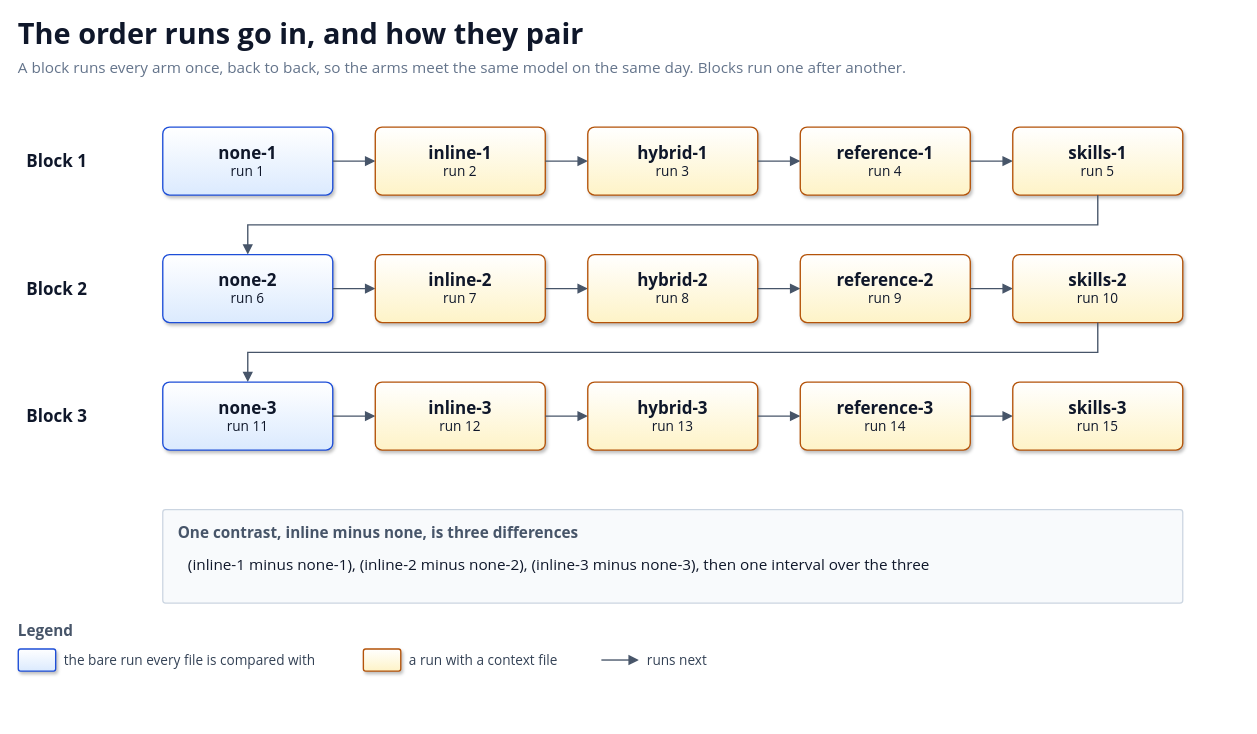
solid-ai-dev/solid-ai-benchmark keeps this draw.io diagram as docs/diagrams/run-order.drawio. Above is the earlier version. Source tidied: cells renumbered, new cells numbered last; positions are measured from the earlier drawing's top-left corner, leaving out a move shared by most shapes. Both pictures are drawn from the tidied source at 85%, with x=0, y=0 at pixel (18, 14).
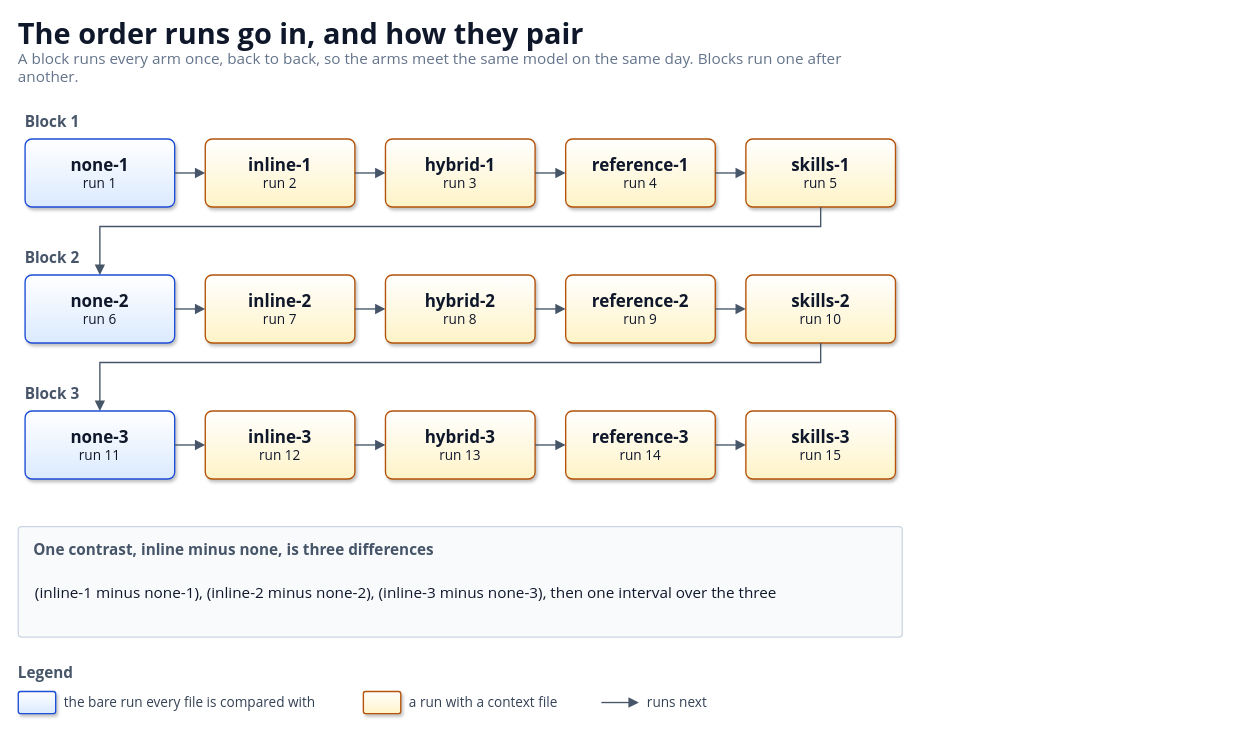
Above is the later version.

Diff of the diagram source:
```diff
@@
     <mxCell id="2" value="The order runs go in, and how they pair" style="text;html=1;whiteSpace=wrap;strokeColor=none;fillColor=none;align=left;verticalAlign=middle;fontFamily=Segoe UI;fontSize=34;fontColor=#0F172A;fontStyle=1;spacing=0;" parent="1" vertex="1">
-      <mxGeometry width="1440" height="44" as="geometry" />
+      <mxGeometry width="1040" height="44" as="geometry" />
     </mxCell>
     <mxCell id="3" value="A block runs every arm once, back to back, so the arms meet the same model on the same day. Blocks run one after another." style="text;html=1;whiteSpace=wrap;strokeColor=none;fillColor=none;align=left;verticalAlign=middle;fontFamily=Segoe UI;fontSize=18;fontColor=#64748B;fontStyle=0;spacing=0;" parent="1" vertex="1">
-      <mxGeometry y="48" width="1440" height="28" as="geometry" />
+      <mxGeometry y="48" width="1040" height="28" as="geometry" />
     </mxCell>
-    <mxCell id="4" value="Block 1" style="text;html=1;whiteSpace=wrap;strokeColor=none;fillColor=none;align=left;verticalAlign=middle;fontFamily=Segoe UI;fontSize=20;fontColor=#0F172A;fontStyle=1;spacing=0;" parent="1" vertex="1">
-      <mxGeometry x="10" y="152" width="140" height="40" as="geometry" />
+    <mxCell id="4" value="Block 1" style="text;html=1;whiteSpace=wrap;strokeColor=none;fillColor=none;align=left;verticalAlign=middle;fontFamily=Segoe UI;fontSize=18;fontColor=#475569;fontStyle=1;spacing=0;" parent="1" vertex="1">
+      <mxGeometry x="8" y="112" width="300" height="26" as="geometry" />
     </mxCell>
     <mxCell id="5" value="&lt;b style='font-size:20px'&gt;none-1&lt;/b&gt;&lt;br&gt;&lt;span style='font-size:16px'&gt;run 1&lt;/span&gt;" style="rounded=1;arcSize=10;whiteSpace=wrap;html=1;fillColor=#DBEAFE;gradientColor=#FFFFFF;gradientDirection=north;strokeColor=#1D4ED8;strokeWidth=1.6;shadow=1;align=center;verticalAlign=middle;fontFamily=Segoe UI;fontColor=#0F172A;spacing=8;" parent="1" vertex="1">
-      <mxGeometry x="170" y="132" width="200" height="80" as="geometry" />
+      <mxGeometry x="8" y="146" width="176" height="80" as="geometry" />
     </mxCell>
     <mxCell id="6" style="endArrow=block;endFill=1;endSize=8;html=1;strokeColor=#475569;strokeWidth=1.6;rounded=0;jumpStyle=none;" parent="1" edge="1">
       <mxGeometry relative="1" as="geometry">
-        <mxPoint x="370" y="172" as="sourcePoint" />
-        <mxPoint x="420" y="172" as="targetPoint" />
+        <mxPoint x="184" y="186" as="sourcePoint" />
+        <mxPoint x="220" y="186" as="targetPoint" />
       </mxGeometry>
     </mxCell>
     <mxCell id="7" value="&lt;b style='font-size:20px'&gt;inline-1&lt;/b&gt;&lt;br&gt;&lt;span style='font-size:16px'&gt;run 2&lt;/span&gt;" style="rounded=1;arcSize=10;whiteSpace=wrap;html=1;fillColor=#FEF3C7;gradientColor=#FFFFFF;gradientDirection=north;strokeColor=#B45309;strokeWidth=1.6;shadow=1;align=center;verticalAlign=middle;fontFamily=Segoe UI;fontColor=#0F172A;spacing=8;" parent="1" vertex="1">
-      <mxGeometry x="420" y="132" width="200" height="80" as="geometry" />
+      <mxGeometry x="220" y="146" width="176" height="80" as="geometry" />
     </mxCell>
     <mxCell id="8" style="endArrow=block;endFill=1;endSize=8;html=1;strokeColor=#475569;strokeWidth=1.6;rounded=0;jumpStyle=none;" parent="1" edge="1">
       <mxGeometry relative="1" as="geometry">
-        <mxPoint x="620" y="172" as="sourcePoint" />
-        <mxPoint x="670" y="172" as="targetPoint" />
+        <mxPoint x="396" y="186" as="sourcePoint" />
+        <mxPoint x="432" y="186" as="targetPoint" />
       </mxGeometry>
     </mxCell>
     <mxCell id="9" value="&lt;b style='font-size:20px'&gt;hybrid-1&lt;/b&gt;&lt;br&gt;&lt;span style='font-size:16px'&gt;run 3&lt;/span&gt;" style="rounded=1;arcSize=10;whiteSpace=wrap;html=1;fillColor=#FEF3C7;gradientColor=#FFFFFF;gradientDirection=north;strokeColor=#B45309;strokeWidth=1.6;shadow=1;align=center;verticalAlign=middle;fontFamily=Segoe UI;fontColor=#0F172A;spacing=8;" parent="1" vertex="1">
-      <mxGeometry x="670" y="132" width="200" height="80" as="geometry" />
+      <mxGeometry x="432" y="146" width="176" height="80" as="geometry" />
     </mxCell>
     <mxCell id="10" style="endArrow=block;endFill=1;endSize=8;html=1;strokeColor=#475569;strokeWidth=1.6;rounded=0;jumpStyle=none;" parent="1" edge="1">
       <mxGeometry relative="1" as="geometry">
-        <mxPoint x="870" y="172" as="sourcePoint" />
-        <mxPoint x="920" y="172" as="targetPoint" />
+        <mxPoint x="608" y="186" as="sourcePoint" />
+        <mxPoint x="644" y="186" as="targetPoint" />
       </mxGeometry>
     </mxCell>
     <mxCell id="11" value="&lt;b style='font-size:20px'&gt;reference-1&lt;/b&gt;&lt;br&gt;&lt;span style='font-size:16px'&gt;run 4&lt;/span&gt;" style="rounded=1;arcSize=10;whiteSpace=wrap;html=1;fillColor=#FEF3C7;gradientColor=#FFFFFF;gradientDirection=north;strokeColor=#B45309;strokeWidth=1.6;shadow=1;align=center;verticalAlign=middle;fontFamily=Segoe UI;fontColor=#0F172A;spacing=8;" parent="1" vertex="1">
-      <mxGeometry x="920" y="132" width="200" height="80" as="geometry" />
+      <mxGeometry x="644" y="146" width="176" height="80" as="geometry" />
     </mxCell>
     <mxCell id="12" style="endArrow=block;endFill=1;endSize=8;html=1;strokeColor=#475569;strokeWidth=1.6;rounded=0;jumpStyle=none;" parent="1" edge="1">
       <mxGeometry relative="1" as="geometry">
-        <mxPoint x="1120" y="172" as="sourcePoint" />
-        <mxPoint x="1170" y="172" as="targetPoint" />
+        <mxPoint x="820" y="186" as="sourcePoint" />
+        <mxPoint x="856" y="186" as="targetPoint" />
       </mxGeometry>
     </mxCell>
     <mxCell id="13" value="&lt;b style='font-size:20px'&gt;skills-1&lt;/b&gt;&lt;br&gt;&lt;span style='font-size:16px'&gt;run 5&lt;/span&gt;" style="rounded=1;arcSize=10;whiteSpace=wrap;html=1;fillColor=#FEF3C7;gradientColor=#FFFFFF;gradientDirection=north;strokeColor=#B45309;strokeWidth=1.6;shadow=1;align=center;verticalAlign=middle;fontFamily=Segoe UI;fontColor=#0F172A;spacing=8;" parent="1" vertex="1">
-      <mxGeometry x="1170" y="132" width="200" height="80" as="geometry" />
+      <mxGeometry x="856" y="146" width="176" height="80" as="geometry" />
     </mxCell>
     <mxCell id="14" style="endArrow=block;endFill=1;endSize=8;html=1;strokeColor=#475569;strokeWidth=1.6;rounded=0;jumpStyle=none;" parent="1" edge="1">
       <mxGeometry relative="1" as="geometry">
-        <mxPoint x="1270" y="212" as="sourcePoint" />
-        <mxPoint x="270" y="282" as="targetPoint" />
+        <mxPoint x="944" y="226" as="sourcePoint" />
+        <mxPoint x="96" y="306" as="targetPoint" />
         <Array as="points">
-          <mxPoint x="1270" y="247" />
-          <mxPoint x="270" y="247" />
+          <mxPoint x="944" y="249" />
+          <mxPoint x="96" y="249" />
         </Array>
       </mxGeometry>
     </mxCell>
-    <mxCell id="15" value="Block 2" style="text;html=1;whiteSpace=wrap;strokeColor=none;fillColor=none;align=left;verticalAlign=middle;fontFamily=Segoe UI;fontSize=20;fontColor=#0F172A;fontStyle=1;spacing=0;" parent="1" vertex="1">
-      <mxGeometry x="10" y="302" width="140" height="40" as="geometry" />
+    <mxCell id="15" value="Block 2" style="text;html=1;whiteSpace=wrap;strokeColor=none;fillColor=none;align=left;verticalAlign=middle;fontFamily=Segoe UI;fontSize=18;fontColor=#475569;fontStyle=1;spacing=0;" parent="1" vertex="1">
+      <mxGeometry x="8" y="272" width="300" height="26" as="geometry" />
     </mxCell>
     <mxCell id="16" value="&lt;b style='font-size:20px'&gt;none-2&lt;/b&gt;&lt;br&gt;&lt;span style='font-size:16px'&gt;run 6&lt;/span&gt;" style="rounded=1;arcSize=10;whiteSpace=wrap;html=1;fillColor=#DBEAFE;gradientColor=#FFFFFF;gradientDirection=north;strokeColor=#1D4ED8;strokeWidth=1.6;shadow=1;align=center;verticalAlign=middle;fontFamily=Segoe UI;fontColor=#0F172A;spacing=8;" parent="1" vertex="1">
-      <mxGeometry x="170" y="282" width="200" height="80" as="geometry" />
+      <mxGeometry x="8" y="306" width="176" height="80" as="geometry" />
     </mxCell>
     <mxCell id="17" style="endArrow=block;endFill=1;endSize=8;html=1;strokeColor=#475569;strokeWidth=1.6;rounded=0;jumpStyle=none;" parent="1" edge="1">
       <mxGeometry relative="1" as="geometry">
-        <mxPoint x="370" y="322" as="sourcePoint" />
-        <mxPoint x="420" y="322" as="targetPoint" />
+        <mxPoint x="184" y="346" as="sourcePoint" />
+        <mxPoint x="220" y="346" as="targetPoint" />
       </mxGeometry>
     </mxCell>
     <mxCell id="18" value="&lt;b style='font-size:20px'&gt;inline-2&lt;/b&gt;&lt;br&gt;&lt;span style='font-size:16px'&gt;run 7&lt;/span&gt;" style="rounded=1;arcSize=10;whiteSpace=wrap;html=1;fillColor=#FEF3C7;gradientColor=#FFFFFF;gradientDirection=north;strokeColor=#B45309;strokeWidth=1.6;shadow=1;align=center;verticalAlign=middle;fontFamily=Segoe UI;fontColor=#0F172A;spacing=8;" parent="1" vertex="1">
-      <mxGeometry x="420" y="282" width="200" height="80" as="geometry" />
+      <mxGeometry x="220" y="306" width="176" height="80" as="geometry" />
     </mxCell>
     <mxCell id="19" style="endArrow=block;endFill=1;endSize=8;html=1;strokeColor=#475569;strokeWidth=1.6;rounded=0;jumpStyle=none;" parent="1" edge="1">
       <mxGeometry relative="1" as="geometry">
-        <mxPoint x="620" y="322" as="sourcePoint" />
-        <mxPoint x="670" y="322" as="targetPoint" />
+        <mxPoint x="396" y="346" as="sourcePoint" />
+        <mxPoint x="432" y="346" as="targetPoint" />
       </mxGeometry>
     </mxCell>
     <mxCell id="20" value="&lt;b style='font-size:20px'&gt;hybrid-2&lt;/b&gt;&lt;br&gt;&lt;span style='font-size:16px'&gt;run 8&lt;/span&gt;" style="rounded=1;arcSize=10;whiteSpace=wrap;html=1;fillColor=#FEF3C7;gradientColor=#FFFFFF;gradientDirection=north;strokeColor=#B45309;strokeWidth=1.6;shadow=1;align=center;verticalAlign=middle;fontFamily=Segoe UI;fontColor=#0F172A;spacing=8;" parent="1" vertex="1">
-      <mxGeometry x="670" y="282" width="200" height="80" as="geometry" />
+      <mxGeometry x="432" y="306" width="176" height="80" as="geometry" />
     </mxCell>
     <mxCell id="21" style="endArrow=block;endFill=1;endSize=8;html=1;strokeColor=#475569;strokeWidth=1.6;rounded=0;jumpStyle=none;" parent="1" edge="1">
       <mxGeometry relative="1" as="geometry">
-        <mxPoint x="870" y="322" as="sourcePoint" />
-        <mxPoint x="920" y="322" as="targetPoint" />
+        <mxPoint x="608" y="346" as="sourcePoint" />
+        <mxPoint x="644" y="346" as="targetPoint" />
       </mxGeometry>
     </mxCell>
     <mxCell id="22" value="&lt;b style='font-size:20px'&gt;reference-2&lt;/b&gt;&lt;br&gt;&lt;span style='font-size:16px'&gt;run 9&lt;/span&gt;" style="rounded=1;arcSize=10;whiteSpace=wrap;html=1;fillColor=#FEF3C7;gradientColor=#FFFFFF;gradientDirection=north;strokeColor=#B45309;strokeWidth=1.6;shadow=1;align=center;verticalAlign=middle;fontFamily=Segoe UI;fontColor=#0F172A;spacing=8;" parent="1" vertex="1">
-      <mxGeometry x="920" y="282" width="200" height="80" as="geometry" />
+      <mxGeometry x="644" y="306" width="176" height="80" as="geometry" />
     </mxCell>
     <mxCell id="23" style="endArrow=block;endFill=1;endSize=8;html=1;strokeColor=#475569;strokeWidth=1.6;rounded=0;jumpStyle=none;" parent="1" edge="1">
       <mxGeometry relative="1" as="geometry">
-        <mxPoint x="1120" y="322" as="sourcePoint" />
-        <mxPoint x="1170" y="322" as="targetPoint" />
+        <mxPoint x="820" y="346" as="sourcePoint" />
+        <mxPoint x="856" y="346" as="targetPoint" />
       </mxGeometry>
     </mxCell>
     <mxCell id="24" value="&lt;b style='font-size:20px'&gt;skills-2&lt;/b&gt;&lt;br&gt;&lt;span style='font-size:16px'&gt;run 10&lt;/span&gt;" style="rounded=1;arcSize=10;whiteSpace=wrap;html=1;fillColor=#FEF3C7;gradientColor=#FFFFFF;gradientDirection=north;strokeColor=#B45309;strokeWidth=1.6;shadow=1;align=center;verticalAlign=middle;fontFamily=Segoe UI;fontColor=#0F172A;spacing=8;" parent="1" vertex="1">
-      <mxGeometry x="1170" y="282" width="200" height="80" as="geometry" />
+      <mxGeometry x="856" y="306" width="176" height="80" as="geometry" />
     </mxCell>
     <mxCell id="25" style="endArrow=block;endFill=1;endSize=8;html=1;strokeColor=#475569;strokeWidth=1.6;rounded=0;jumpStyle=none;" parent="1" edge="1">
       <mxGeometry relative="1" as="geometry">
-        <mxPoint x="1270" y="362" as="sourcePoint" />
-        <mxPoint x="270" y="432" as="targetPoint" />
+        <mxPoint x="944" y="386" as="sourcePoint" />
+        <mxPoint x="96" y="466" as="targetPoint" />
         <Array as="points">
-          <mxPoint x="1270" y="397" />
-          <mxPoint x="270" y="397" />
+          <mxPoint x="944" y="409" />
+          <mxPoint x="96" y="409" />
         </Array>
       </mxGeometry>
     </mxCell>
-    <mxCell id="26" value="Block 3" style="text;html=1;whiteSpace=wrap;strokeColor=none;fillColor=none;align=left;verticalAlign=middle;fontFamily=Segoe UI;fontSize=20;fontColor=#0F172A;fontStyle=1;spacing=0;" parent="1" vertex="1">
-      <mxGeometry x="10" y="452" width="140" height="40" as="geometry" />
+    <mxCell id="26" value="Block 3" style="text;html=1;whiteSpace=wrap;strokeColor=none;fillColor=none;align=left;verticalAlign=middle;fontFamily=Segoe UI;fontSize=18;fontColor=#475569;fontStyle=1;spacing=0;" parent="1" vertex="1">
+      <mxGeometry x="8" y="432" width="300" height="26" as="geometry" />
     </mxCell>
     <mxCell id="27" value="&lt;b style='font-size:20px'&gt;none-3&lt;/b&gt;&lt;br&gt;&lt;span style='font-size:16px'&gt;run 11&lt;/span&gt;" style="rounded=1;arcSize=10;whiteSpace=wrap;html=1;fillColor=#DBEAFE;gradientColor=#FFFFFF;gradientDirection=north;strokeColor=#1D4ED8;strokeWidth=1.6;shadow=1;align=center;verticalAlign=middle;fontFamily=Segoe UI;fontColor=#0F172A;spacing=8;" parent="1" vertex="1">
-      <mxGeometry x="170" y="432" width="200" height="80" as="geometry" />
+      <mxGeometry x="8" y="466" width="176" height="80" as="geometry" />
     </mxCell>
     <mxCell id="28" style="endArrow=block;endFill=1;endSize=8;html=1;strokeColor=#475569;strokeWidth=1.6;rounded=0;jumpStyle=none;" parent="1" edge="1">
       <mxGeometry relative="1" as="geometry">
-        <mxPoint x="370" y="472" as="sourcePoint" />
-        <mxPoint x="420" y="472" as="targetPoint" />
+        <mxPoint x="184" y="506" as="sourcePoint" />
+        <mxPoint x="220" y="506" as="targetPoint" />
       </mxGeometry>
     </mxCell>
     <mxCell id="29" value="&lt;b style='font-size:20px'&gt;inline-3&lt;/b&gt;&lt;br&gt;&lt;span style='font-size:16px'&gt;run 12&lt;/span&gt;" style="rounded=1;arcSize=10;whiteSpace=wrap;html=1;fillColor=#FEF3C7;gradientColor=#FFFFFF;gradientDirection=north;strokeColor=#B45309;strokeWidth=1.6;shadow=1;align=center;verticalAlign=middle;fontFamily=Segoe UI;fontColor=#0F172A;spacing=8;" parent="1" vertex="1">
-      <mxGeometry x="420" y="432" width="200" height="80" as="geometry" />
+      <mxGeometry x="220" y="466" width="176" height="80" as="geometry" />
     </mxCell>
     <mxCell id="30" style="endArrow=block;endFill=1;endSize=8;html=1;strokeColor=#475569;strokeWidth=1.6;rounded=0;jumpStyle=none;" parent="1" edge="1">
       <mxGeometry relative="1" as="geometry">
-        <mxPoint x="620" y="472" as="sourcePoint" />
-        <mxPoint x="670" y="472" as="targetPoint" />
+        <mxPoint x="396" y="506" as="sourcePoint" />
+        <mxPoint x="432" y="506" as="targetPoint" />
       </mxGeometry>
     </mxCell>
     <mxCell id="31" value="&lt;b style='font-size:20px'&gt;hybrid-3&lt;/b&gt;&lt;br&gt;&lt;span style='font-size:16px'&gt;run 13&lt;/span&gt;" style="rounded=1;arcSize=10;whiteSpace=wrap;html=1;fillColor=#FEF3C7;gradientColor=#FFFFFF;gradientDirection=north;strokeColor=#B45309;strokeWidth=1.6;shadow=1;align=center;verticalAlign=middle;fontFamily=Segoe UI;fontColor=#0F172A;spacing=8;" parent="1" vertex="1">
-      <mxGeometry x="670" y="432" width="200" height="80" as="geometry" />
+      <mxGeometry x="432" y="466" width="176" height="80" as="geometry" />
     </mxCell>
     <mxCell id="32" style="endArrow=block;endFill=1;endSize=8;html=1;strokeColor=#475569;strokeWidth=1.6;rounded=0;jumpStyle=none;" parent="1" edge="1">
       <mxGeometry relative="1" as="geometry">
-        <mxPoint x="870" y="472" as="sourcePoint" />
-        <mxPoint x="920" y="472" as="targetPoint" />
+        <mxPoint x="608" y="506" as="sourcePoint" />
+        <mxPoint x="644" y="506" as="targetPoint" />
       </mxGeometry>
     </mxCell>
     <mxCell id="33" value="&lt;b style='font-size:20px'&gt;reference-3&lt;/b&gt;&lt;br&gt;&lt;span style='font-size:16px'&gt;run 14&lt;/span&gt;" style="rounded=1;arcSize=10;whiteSpace=wrap;html=1;fillColor=#FEF3C7;gradientColor=#FFFFFF;gradientDirection=north;strokeColor=#B45309;strokeWidth=1.6;shadow=1;align=center;verticalAlign=middle;fontFamily=Segoe UI;fontColor=#0F172A;spacing=8;" parent="1" vertex="1">
-      <mxGeometry x="920" y="432" width="200" height="80" as="geometry" />
+      <mxGeometry x="644" y="466" width="176" height="80" as="geometry" />
     </mxCell>
     <mxCell id="34" style="endArrow=block;endFill=1;endSize=8;html=1;strokeColor=#475569;strokeWidth=1.6;rounded=0;jumpStyle=none;" parent="1" edge="1">
       <mxGeometry relative="1" as="geometry">
-        <mxPoint x="1120" y="472" as="sourcePoint" />
-        <mxPoint x="1170" y="472" as="targetPoint" />
+        <mxPoint x="820" y="506" as="sourcePoint" />
+        <mxPoint x="856" y="506" as="targetPoint" />
       </mxGeometry>
     </mxCell>
     <mxCell id="35" value="&lt;b style='font-size:20px'&gt;skills-3&lt;/b&gt;&lt;br&gt;&lt;span style='font-size:16px'&gt;run 15&lt;/span&gt;" style="rounded=1;arcSize=10;whiteSpace=wrap;html=1;fillColor=#FEF3C7;gradientColor=#FFFFFF;gradientDirection=north;strokeColor=#B45309;strokeWidth=1.6;shadow=1;align=center;verticalAlign=middle;fontFamily=Segoe UI;fontColor=#0F172A;spacing=8;" parent="1" vertex="1">
-      <mxGeometry x="1170" y="432" width="200" height="80" as="geometry" />
+      <mxGeometry x="856" y="466" width="176" height="80" as="geometry" />
     </mxCell>
     <mxCell id="36" value="One contrast, inline minus none, is three differences" style="rounded=1;arcSize=3;whiteSpace=wrap;html=1;fillColor=#F8FAFC;strokeColor=#CBD5E1;strokeWidth=1.5;verticalAlign=top;align=left;spacingLeft=16;spacingTop=10;fontFamily=Segoe UI;fontSize=18;fontStyle=1;fontColor=#475569;" parent="1" vertex="1">
-      <mxGeometry x="170" y="582" width="1200" height="110" as="geometry" />
+      <mxGeometry y="602" width="1040" height="130" as="geometry" />
     </mxCell>
     <mxCell id="37" value="(inline-1 minus none-1), (inline-2 minus none-2), (inline-3 minus none-3), then one interval over the three" style="text;html=1;whiteSpace=wrap;strokeColor=none;fillColor=none;align=left;verticalAlign=middle;fontFamily=Segoe UI;fontSize=18;fontColor=#0F172A;fontStyle=0;spacing=0;" parent="1" vertex="1">
-      <mxGeometry x="200" y="622" width="1150" height="50" as="geometry" />
+      <mxGeometry x="20" y="644" width="1000" height="70" as="geometry" />
     </mxCell>
     <mxCell id="38" value="Legend" style="text;html=1;whiteSpace=wrap;strokeColor=none;fillColor=none;align=left;verticalAlign=middle;fontFamily=Segoe UI;fontSize=18;fontColor=#475569;fontStyle=1;spacing=0;" parent="1" vertex="1">
-      <mxGeometry y="712" width="200" height="24" as="geometry" />
+      <mxGeometry y="762" width="200" height="24" as="geometry" />
     </mxCell>
     <mxCell id="39" value="&lt;b style='font-size:20px'&gt;&lt;/b&gt;" style="rounded=1;arcSize=10;whiteSpace=wrap;html=1;fillColor=#DBEAFE;gradientColor=#FFFFFF;gradientDirection=north;strokeColor=#1D4ED8;strokeWidth=1.6;shadow=1;align=center;verticalAlign=middle;fontFamily=Segoe UI;fontColor=#0F172A;spacing=8;" parent="1" vertex="1">
-      <mxGeometry y="746" width="44" height="26" as="geometry" />
+      <mxGeometry y="796" width="44" height="26" as="geometry" />
     </mxCell>
     <mxCell id="40" value="the bare run every file is compared with" style="text;html=1;whiteSpace=wrap;strokeColor=none;fillColor=none;align=left;verticalAlign=middle;fontFamily=Segoe UI;fontSize=16;fontColor=#334155;fontStyle=0;spacing=0;" parent="1" vertex="1">
-      <mxGeometry x="54" y="746" width="300" height="26" as="geometry" />
+      <mxGeometry x="54" y="796" width="300" height="26" as="geometry" />
     </mxCell>
     <mxCell id="41" value="&lt;b style='font-size:20px'&gt;&lt;/b&gt;" style="rounded=1;arcSize=10;whiteSpace=wrap;html=1;fillColor=#FEF3C7;gradientColor=#FFFFFF;gradientDirection=north;strokeColor=#B45309;strokeWidth=1.6;shadow=1;align=center;verticalAlign=middle;fontFamily=Segoe UI;fontColor=#0F172A;spacing=8;" parent="1" vertex="1">
-      <mxGeometry x="406" y="746" width="44" height="26" as="geometry" />
+      <mxGeometry x="406" y="796" width="44" height="26" as="geometry" />
     </mxCell>
     <mxCell id="42" value="a run with a context file" style="text;html=1;whiteSpace=wrap;strokeColor=none;fillColor=none;align=left;verticalAlign=middle;fontFamily=Segoe UI;fontSize=16;fontColor=#334155;fontStyle=0;spacing=0;" parent="1" vertex="1">
-      <mxGeometry x="460" y="746" width="300" height="26" as="geometry" />
+      <mxGeometry x="460" y="796" width="300" height="26" as="geometry" />
     </mxCell>
     <mxCell id="43" style="endArrow=block;endFill=1;endSize=8;html=1;strokeColor=#475569;strokeWidth=1.6;rounded=0;jumpStyle=none;" parent="1" edge="1">
       <mxGeometry relative="1" as="geometry">
-        <mxPoint x="686" y="759" as="sourcePoint" />
-        <mxPoint x="730" y="759" as="targetPoint" />
+        <mxPoint x="686" y="809" as="sourcePoint" />
+        <mxPoint x="730" y="809" as="targetPoint" />
       </mxGeometry>
     </mxCell>
     <mxCell id="44" value="runs next" style="text;html=1;whiteSpace=wrap;strokeColor=none;fillColor=none;align=left;verticalAlign=middle;fontFamily=Segoe UI;fontSize=16;fontColor=#334155;fontStyle=0;spacing=0;" parent="1" vertex="1">
-      <mxGeometry x="740" y="746" width="300" height="26" as="geometry" />
+      <mxGeometry x="740" y="796" width="300" height="26" as="geometry" />
     </mxCell>
```
